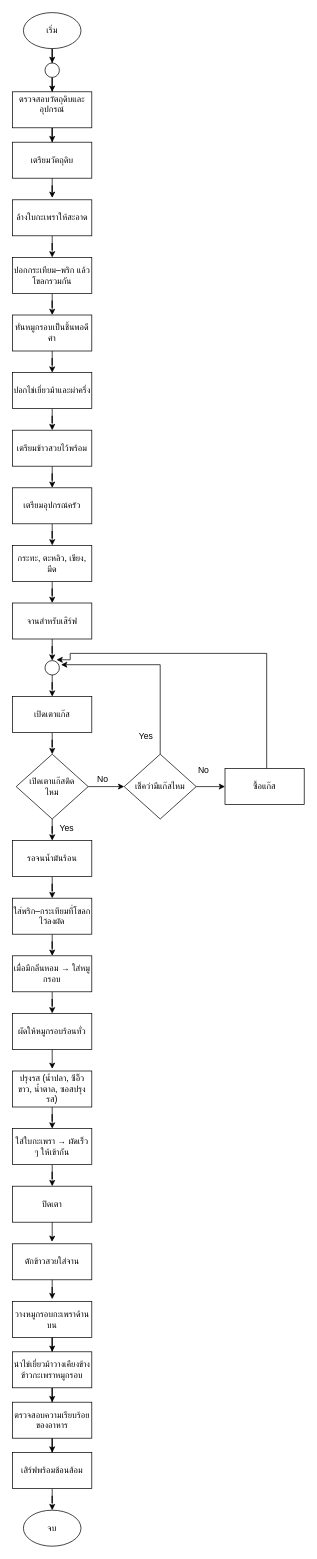
The draw.io diagram Lab2/lab2.1.drawio in Uxsx/ENGCC304, before the edit. Source tidied: cells renumbered, new cells numbered last; positions are measured from the earlier drawing's top-left corner, leaving out a move shared by most shapes. Both pictures are drawn from the tidied source at 72%, with x=0, y=0 at pixel (12, 12).
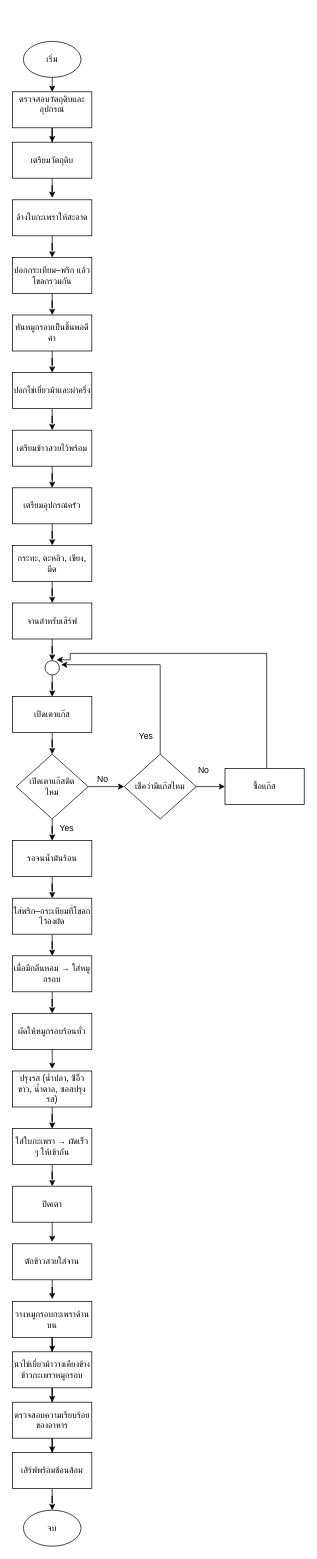
The same diagram, later.

The change refers to these unchanged cells:
```xml
<mxCell id="5" value="&lt;div&gt;ตรวจสอบวัตถุดิบและอุปกรณ์&lt;/div&gt;&lt;div&gt;&lt;br&gt;&lt;/div&gt;" style="rounded=0;whiteSpace=wrap;html=1;" parent="1" vertex="1">
  <mxGeometry y="110" width="110" height="50" as="geometry" />
</mxCell>
```

Change to the diagram source:
```diff
@@
-    <mxCell id="2" style="edgeStyle=orthogonalEdgeStyle;rounded=0;jettySize=auto;html=1;entryX=0.5;entryY=0;entryDx=0;entryDy=0;" parent="1" edge="1" source="3" target="27">
-      <mxGeometry relative="1" as="geometry" />
-    </mxCell>
     <mxCell id="3" value="เริ่ม" style="ellipse;whiteSpace=wrap;html=1;" parent="1" vertex="1">
-      <mxGeometry x="15" width="80" height="50" as="geometry" />
+      <mxGeometry x="15" y="40" width="80" height="50" as="geometry" />
     </mxCell>
@@
-    <mxCell id="26" style="edgeStyle=orthogonalEdgeStyle;rounded=0;jettySize=auto;html=1;entryX=0.5;entryY=0;entryDx=0;entryDy=0;" parent="1" edge="1" source="27" target="5">
-      <mxGeometry relative="1" as="geometry" />
+    <mxCell id="26" style="edgeStyle=orthogonalEdgeStyle;rounded=0;jettySize=auto;html=1;entryX=0.5;entryY=0;entryDx=0;entryDy=0;" parent="1" edge="1" target="5">
+      <mxGeometry relative="1" as="geometry">
+        <mxPoint x="55" y="90" as="sourcePoint" />
+      </mxGeometry>
     </mxCell>
-    <mxCell id="27" style="ellipse;whiteSpace=wrap;html=1;" parent="1" vertex="1">
-      <mxGeometry x="45" y="70" width="20" height="20" as="geometry" />
-    </mxCell>
```
